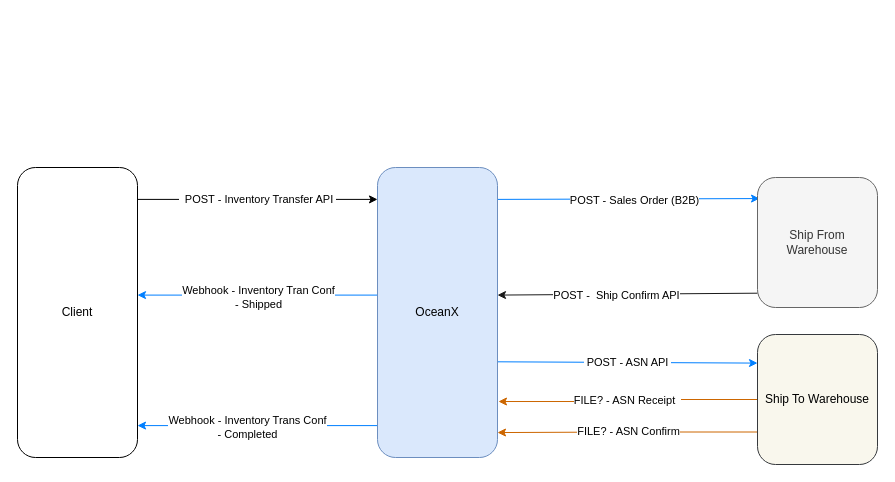
Before: page "High Level Flow" (1 of 3) of InventoryTransferFlows.drawio in campbelltravis/Workflows, a draw.io diagram. Source tidied: cells renumbered, new cells numbered last; positions are measured from the earlier drawing's top-left corner, leaving out a move shared by most shapes. Both pictures are drawn from the tidied source at 100%, with x=0, y=0 at pixel (17, 167).
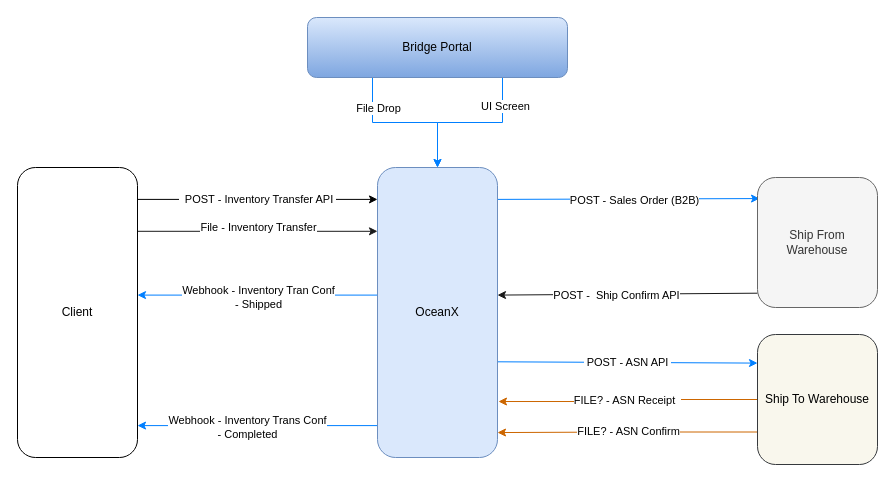
Above is the later version.

The change refers to these unchanged cells:
```xml
<mxCell id="10" value="Client" style="rounded=1;whiteSpace=wrap;html=1;points=[[0,0,0,0,0],[0,0.25,0,0,0],[0,0.5,0,0,0],[0,0.75,0,0,0],[0,1,0,0,0],[0.25,0,0,0,0],[0.25,1,0,0,0],[0.5,0,0,0,0],[0.5,1,0,0,0],[0.75,0,0,0,0],[0.75,1,0,0,0],[1,0,0,0,0],[1,0.11,0,0,0],[1,0.22,0,0,0],[1,0.25,0,0,0],[1,0.33,0,0,0],[1,0.44,0,0,0],[1,0.5,0,0,0],[1,0.56,0,0,0],[1,0.67,0,0,0],[1,0.75,0,0,0],[1,0.78,0,0,0],[1,0.89,0,0,0],[1,1,0,0,0]];" parent="1" vertex="1">
  <mxGeometry width="120" height="290" as="geometry" />
</mxCell>
<mxCell id="13" value="OceanX" style="rounded=1;whiteSpace=wrap;html=1;points=[[0,0,0,0,0],[0,0.11,0,0,0],[0,0.22,0,0,0],[0,0.25,0,0,0],[0,0.33,0,0,0],[0,0.44,0,0,0],[0,0.5,0,0,0],[0,0.56,0,0,0],[0,0.67,0,0,0],[0,0.75,0,0,0],[0,0.78,0,0,0],[0,0.89,0,0,0],[0,1,0,0,0],[0.25,0,0,0,0],[0.25,1,0,0,0],[0.5,0,0,0,0],[0.5,1,0,0,0],[0.75,0,0,0,0],[0.75,1,0,0,0],[1,0,0,0,0],[1,0.11,0,0,0],[1,0.22,0,0,0],[1,0.25,0,0,0],[1,0.33,0,0,0],[1,0.44,0,0,0],[1,0.5,0,0,0],[1,0.56,0,0,0],[1,0.67,0,0,0],[1,0.75,0,0,0],[1,0.78,0,0,0],[1,0.89,0,0,0],[1,1,0,0,0]];fillColor=#dae8fc;strokeColor=#6c8ebf;" parent="1" vertex="1">
  <mxGeometry x="360" width="120" height="290" as="geometry" />
</mxCell>
```

The edit, as a diff of the source:
```diff
@@
+    <mxCell id="20" style="edgeStyle=orthogonalEdgeStyle;rounded=0;jettySize=auto;html=1;exitX=1;exitY=0.22;exitDx=0;exitDy=0;exitPerimeter=0;entryX=0;entryY=0.22;entryDx=0;entryDy=0;entryPerimeter=0;strokeColor=#1A1A1A;" parent="1" edge="1" source="10" target="13">
+      <mxGeometry relative="1" as="geometry" />
+    </mxCell>
+    <mxCell id="21" value="File - Inventory Transfer" style="edgeLabel;html=1;align=center;verticalAlign=middle;" parent="20" vertex="1">
+      <mxGeometry x="-0.26" y="-2" relative="1" as="geometry">
+        <mxPoint x="31" y="-6" as="offset" />
+      </mxGeometry>
+    </mxCell>
@@
+    <mxCell id="22" style="edgeStyle=orthogonalEdgeStyle;rounded=0;jettySize=auto;html=1;exitX=0.25;exitY=1;exitDx=0;exitDy=0;strokeColor=#007FFF;" parent="1" edge="1" source="26" target="13">
+      <mxGeometry relative="1" as="geometry" />
+    </mxCell>
+    <mxCell id="23" value="File Drop" style="edgeLabel;html=1;align=center;verticalAlign=middle;" parent="22" vertex="1">
+      <mxGeometry x="-0.29" y="1" relative="1" as="geometry">
+        <mxPoint x="-5" y="-14" as="offset" />
+      </mxGeometry>
+    </mxCell>
+    <mxCell id="24" style="edgeStyle=orthogonalEdgeStyle;rounded=0;jettySize=auto;html=1;exitX=0.75;exitY=1;exitDx=0;exitDy=0;entryX=0.5;entryY=0;entryDx=0;entryDy=0;entryPerimeter=0;strokeColor=#007FFF;" parent="1" edge="1" source="26" target="13">
+      <mxGeometry relative="1" as="geometry" />
+    </mxCell>
+    <mxCell id="25" value="UI Screen" style="edgeLabel;html=1;align=center;verticalAlign=middle;" parent="24" vertex="1">
+      <mxGeometry x="-0.83" y="2" relative="1" as="geometry">
+        <mxPoint y="15" as="offset" />
+      </mxGeometry>
+    </mxCell>
+    <mxCell id="26" value="Bridge Portal" style="rounded=1;whiteSpace=wrap;html=1;fillColor=#dae8fc;gradientColor=#7ea6e0;strokeColor=#6c8ebf;" parent="1" vertex="1">
+      <mxGeometry x="290" y="-150" width="260" height="60" as="geometry" />
+    </mxCell>
```
